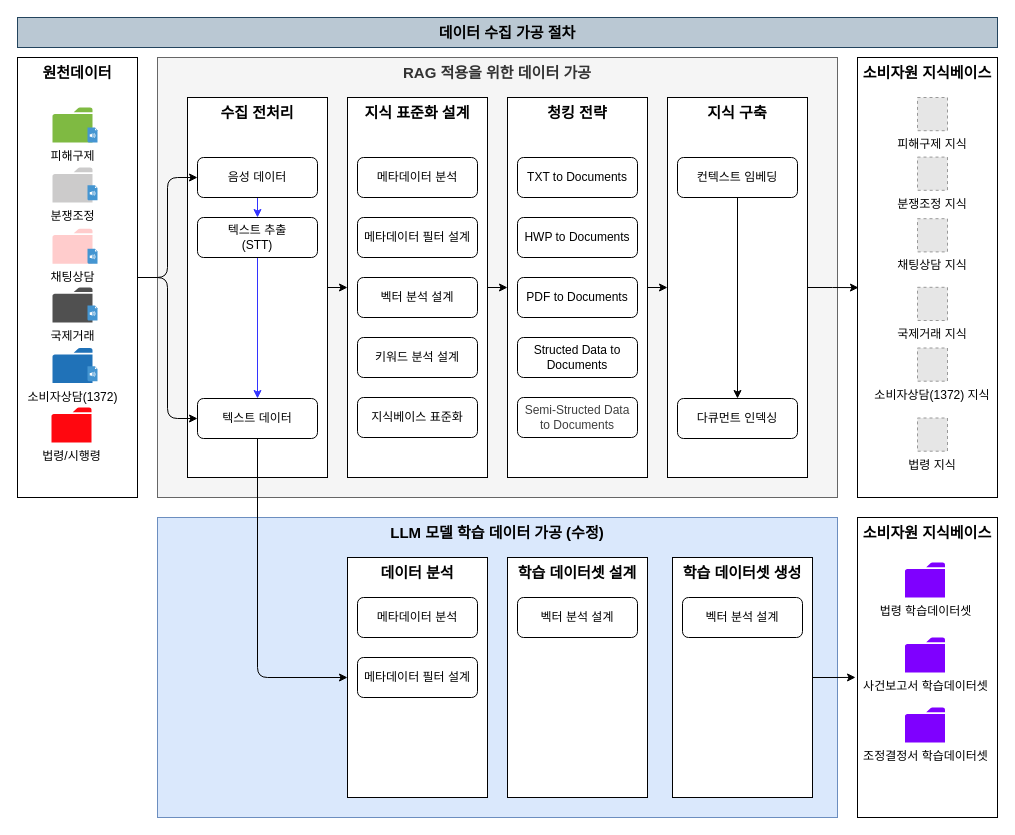
Earlier version of the draw.io diagram page "데이터 수집 가공" (2 of 5) of docs/KCA.drawio (eunpa/KCA). Source tidied: cells renumbered, new cells numbered last; positions are measured from the earlier drawing's top-left corner, leaving out a move shared by most shapes. Both pictures are drawn from the tidied source at 100%, with x=0, y=0 at pixel (17, 17). Pictures stored in the file or linked from it are replaced by grey dashed boxes.
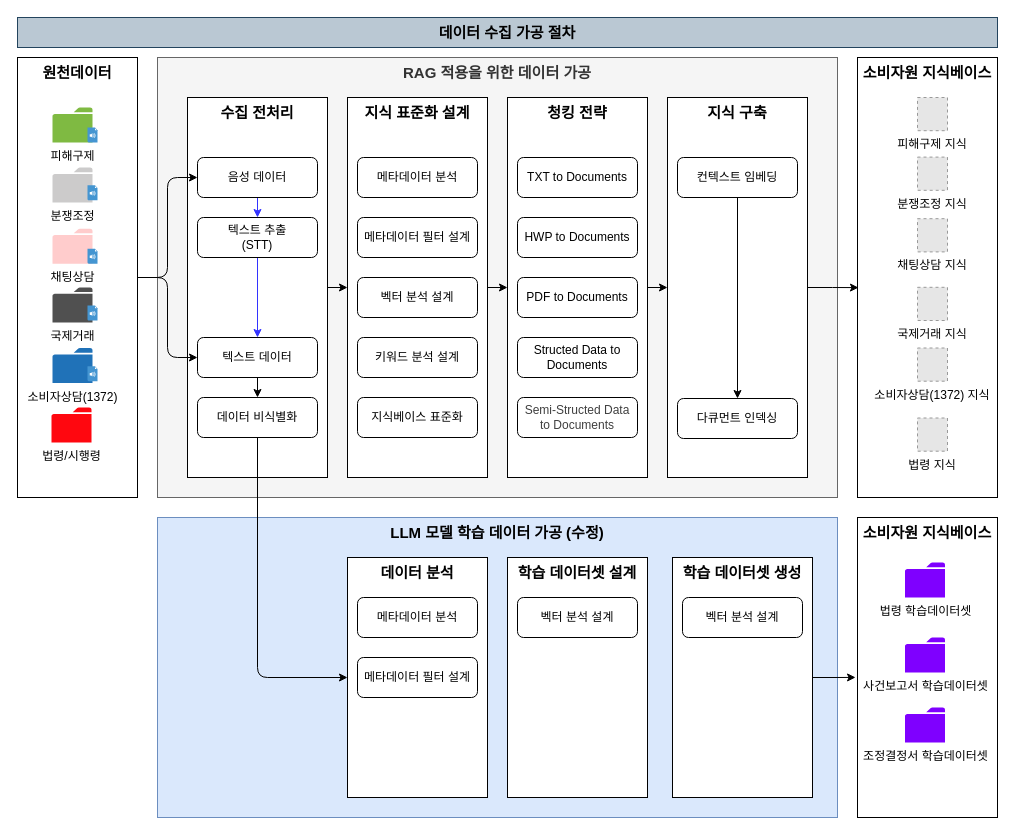
The same page after the edit.

The change refers to these unchanged cells:
```xml
<mxCell id="55" value="데이터 분석" style="whiteSpace=wrap;html=1;verticalAlign=top;fontStyle=1;fontSize=15;" parent="1" vertex="1">
  <mxGeometry x="330" y="540" width="140" height="240" as="geometry" />
</mxCell>
```

Change to the diagram source:
```diff
@@
-<mxGraphModel>
+<mxGraphModel background="#ffffff">
@@
+    <mxCell id="74" style="edgeStyle=orthogonalEdgeStyle;rounded=0;jettySize=auto;html=1;exitX=0.5;exitY=1;exitDx=0;exitDy=0;entryX=0.5;entryY=0;entryDx=0;entryDy=0;" parent="1" edge="1" source="12" target="75">
+      <mxGeometry relative="1" as="geometry" />
+    </mxCell>
     <mxCell id="12" value="텍스트 데이터" style="rounded=1;whiteSpace=wrap;html=1;" parent="1" vertex="1">
-      <mxGeometry x="180" y="381" width="120" height="40" as="geometry" />
+      <mxGeometry x="180" y="320" width="120" height="40" as="geometry" />
     </mxCell>
@@
-    <mxCell id="60" style="edgeStyle=orthogonalEdgeStyle;html=1;exitX=0.5;exitY=1;exitDx=0;exitDy=0;entryX=0;entryY=0.5;entryDx=0;entryDy=0;" parent="1" edge="1" source="12" target="55">
+    <mxCell id="60" style="edgeStyle=orthogonalEdgeStyle;html=1;exitX=0.5;exitY=1;exitDx=0;exitDy=0;entryX=0;entryY=0.5;entryDx=0;entryDy=0;" parent="1" edge="1" source="75" target="55">
       <mxGeometry relative="1" as="geometry" />
     </mxCell>
@@
+    <mxCell id="75" value="데이터 비식별화" style="rounded=1;whiteSpace=wrap;html=1;" parent="1" vertex="1">
+      <mxGeometry x="180" y="380" width="120" height="40" as="geometry" />
+    </mxCell>
```
